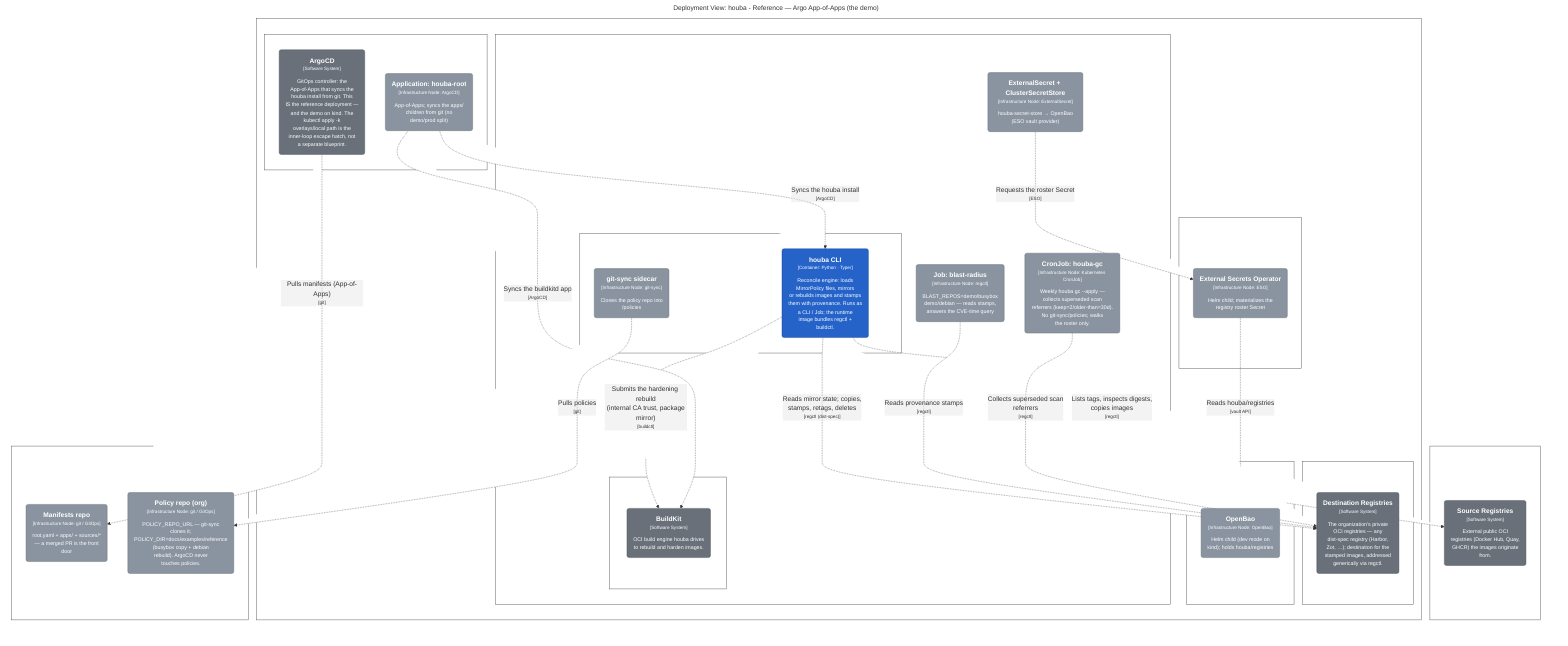
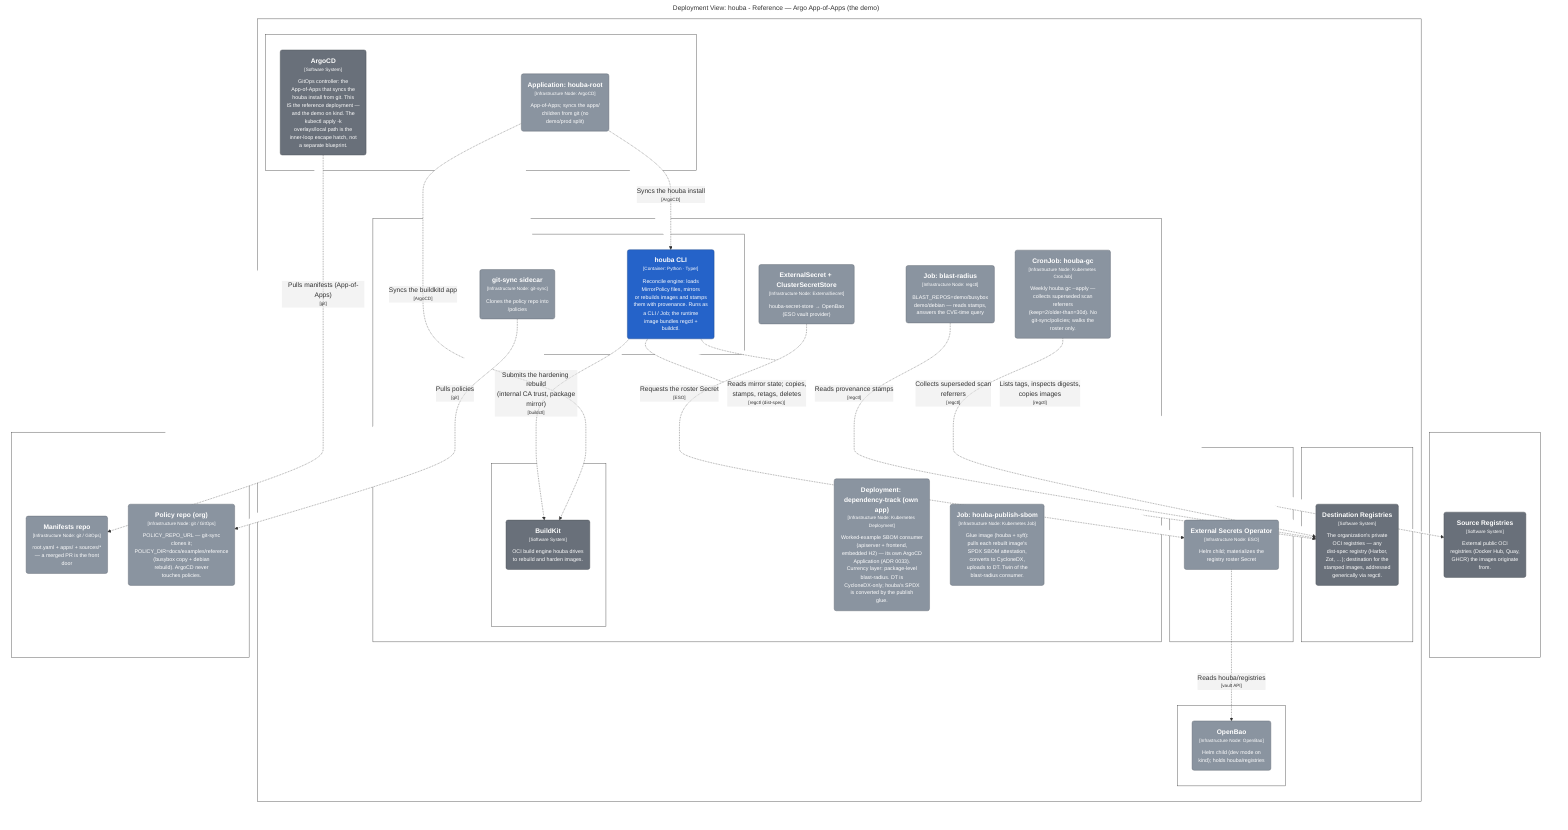
graph LR
  linkStyle default fill:#ffffff

  subgraph diagram ["Deployment View: houba - Reference — Argo App-of-Apps (the demo)"]
    style diagram fill:#ffffff,stroke:#ffffff

-     subgraph 149 ["Git host"]
-       style 149 fill:#ffffff,stroke:#444444,color:#ffffff
+     subgraph 162 ["Git host"]
+       style 162 fill:#ffffff,stroke:#444444,color:#ffffff

-       150("<div style='font-weight: bold'>Manifests repo</div><div style='font-size: 70%; margin-top: 0px'>[Infrastructure Node: git / GitOps]</div><div style='font-size: 80%; margin-top:10px'>root.yaml + apps/ + sources/*<br />— a merged PR is the front<br />door</div>")
-       style 150 fill:#8a94a0,stroke:#606770,color:#ffffff
-       151("<div style='font-weight: bold'>Policy repo (org)</div><div style='font-size: 70%; margin-top: 0px'>[Infrastructure Node: git / GitOps]</div><div style='font-size: 80%; margin-top:10px'>POLICY_REPO_URL — git-sync<br />clones it;<br />POLICY_DIR=docs/examples/reference<br />(busybox copy + debian<br />rebuild). ArgoCD never<br />touches policies.</div>")
-       style 151 fill:#8a94a0,stroke:#606770,color:#ffffff
+       163("<div style='font-weight: bold'>Manifests repo</div><div style='font-size: 70%; margin-top: 0px'>[Infrastructure Node: git / GitOps]</div><div style='font-size: 80%; margin-top:10px'>root.yaml + apps/ + sources/*<br />— a merged PR is the front<br />door</div>")
+       style 163 fill:#8a94a0,stroke:#606770,color:#ffffff
+       164("<div style='font-weight: bold'>Policy repo (org)</div><div style='font-size: 70%; margin-top: 0px'>[Infrastructure Node: git / GitOps]</div><div style='font-size: 80%; margin-top:10px'>POLICY_REPO_URL — git-sync<br />clones it;<br />POLICY_DIR=docs/examples/reference<br />(busybox copy + debian<br />rebuild). ArgoCD never<br />touches policies.</div>")
+       style 164 fill:#8a94a0,stroke:#606770,color:#ffffff
    end

-     subgraph 152 ["Kubernetes cluster"]
-       style 152 fill:#ffffff,stroke:#444444,color:#ffffff
+     subgraph 165 ["Kubernetes cluster"]
+       style 165 fill:#ffffff,stroke:#444444,color:#ffffff

-       subgraph 153 ["namespace: argocd"]
-         style 153 fill:#ffffff,stroke:#444444,color:#ffffff
+       subgraph 166 ["namespace: argocd"]
+         style 166 fill:#ffffff,stroke:#444444,color:#ffffff

-         154("<div style='font-weight: bold'>Application: houba-root</div><div style='font-size: 70%; margin-top: 0px'>[Infrastructure Node: ArgoCD]</div><div style='font-size: 80%; margin-top:10px'>App-of-Apps; syncs the apps/<br />children from git (no<br />demo/prod split)</div>")
-         style 154 fill:#8a94a0,stroke:#606770,color:#ffffff
-         155("<div style='font-weight: bold'>ArgoCD</div><div style='font-size: 70%; margin-top: 0px'>[Software System]</div><div style='font-size: 80%; margin-top:10px'>GitOps controller: the<br />App-of-Apps that syncs the<br />houba install from git. This<br />IS the reference deployment —<br />and the demo on kind. The<br />kubectl apply -k<br />overlays/local path is the<br />inner-loop escape hatch, not<br />a separate blueprint.</div>")
-         style 155 fill:#69707a,stroke:#494e55,color:#ffffff
+         167("<div style='font-weight: bold'>Application: houba-root</div><div style='font-size: 70%; margin-top: 0px'>[Infrastructure Node: ArgoCD]</div><div style='font-size: 80%; margin-top:10px'>App-of-Apps; syncs the apps/<br />children from git (no<br />demo/prod split)</div>")
+         style 167 fill:#8a94a0,stroke:#606770,color:#ffffff
+         168("<div style='font-weight: bold'>ArgoCD</div><div style='font-size: 70%; margin-top: 0px'>[Software System]</div><div style='font-size: 80%; margin-top:10px'>GitOps controller: the<br />App-of-Apps that syncs the<br />houba install from git. This<br />IS the reference deployment —<br />and the demo on kind. The<br />kubectl apply -k<br />overlays/local path is the<br />inner-loop escape hatch, not<br />a separate blueprint.</div>")
+         style 168 fill:#69707a,stroke:#494e55,color:#ffffff
      end

-       subgraph 156 ["namespace: houba"]
-         style 156 fill:#ffffff,stroke:#444444,color:#ffffff
+       subgraph 169 ["namespace: houba"]
+         style 169 fill:#ffffff,stroke:#444444,color:#ffffff

-         subgraph 157 ["CronJob: houba-reconcile"]
-           style 157 fill:#ffffff,stroke:#444444,color:#ffffff
+         subgraph 170 ["CronJob: houba-reconcile"]
+           style 170 fill:#ffffff,stroke:#444444,color:#ffffff

-           158("<div style='font-weight: bold'>houba CLI</div><div style='font-size: 70%; margin-top: 0px'>[Container: Python · Typer]</div><div style='font-size: 80%; margin-top:10px'>Reconcile engine: loads<br />MirrorPolicy files, mirrors<br />or rebuilds images and stamps<br />them with provenance. Runs as<br />a CLI / Job; the runtime<br />image bundles regctl +<br />buildctl.</div>")
-           style 158 fill:#2563c9,stroke:#19458c,color:#ffffff
-           159("<div style='font-weight: bold'>git-sync sidecar</div><div style='font-size: 70%; margin-top: 0px'>[Infrastructure Node: git-sync]</div><div style='font-size: 80%; margin-top:10px'>Clones the policy repo into<br />/policies</div>")
-           style 159 fill:#8a94a0,stroke:#606770,color:#ffffff
+           171("<div style='font-weight: bold'>houba CLI</div><div style='font-size: 70%; margin-top: 0px'>[Container: Python · Typer]</div><div style='font-size: 80%; margin-top:10px'>Reconcile engine: loads<br />MirrorPolicy files, mirrors<br />or rebuilds images and stamps<br />them with provenance. Runs as<br />a CLI / Job; the runtime<br />image bundles regctl +<br />buildctl.</div>")
+           style 171 fill:#2563c9,stroke:#19458c,color:#ffffff
+           172("<div style='font-weight: bold'>git-sync sidecar</div><div style='font-size: 70%; margin-top: 0px'>[Infrastructure Node: git-sync]</div><div style='font-size: 80%; margin-top:10px'>Clones the policy repo into<br />/policies</div>")
+           style 172 fill:#8a94a0,stroke:#606770,color:#ffffff
        end

-         subgraph 160 ["Deployment: buildkitd (own app)"]
-           style 160 fill:#ffffff,stroke:#444444,color:#ffffff
+         subgraph 173 ["Deployment: buildkitd (own app)"]
+           style 173 fill:#ffffff,stroke:#444444,color:#ffffff

-           161("<div style='font-weight: bold'>BuildKit</div><div style='font-size: 70%; margin-top: 0px'>[Software System]</div><div style='font-size: 80%; margin-top:10px'>OCI build engine houba drives<br />to rebuild and harden images.</div>")
-           style 161 fill:#69707a,stroke:#494e55,color:#ffffff
+           174("<div style='font-weight: bold'>BuildKit</div><div style='font-size: 70%; margin-top: 0px'>[Software System]</div><div style='font-size: 80%; margin-top:10px'>OCI build engine houba drives<br />to rebuild and harden images.</div>")
+           style 174 fill:#69707a,stroke:#494e55,color:#ffffff
        end

-         163("<div style='font-weight: bold'>ExternalSecret + ClusterSecretStore</div><div style='font-size: 70%; margin-top: 0px'>[Infrastructure Node: ExternalSecret]</div><div style='font-size: 80%; margin-top:10px'>houba-secret-store → OpenBao<br />(ESO vault provider)</div>")
-         style 163 fill:#8a94a0,stroke:#606770,color:#ffffff
-         164("<div style='font-weight: bold'>Job: blast-radius</div><div style='font-size: 70%; margin-top: 0px'>[Infrastructure Node: regctl]</div><div style='font-size: 80%; margin-top:10px'>BLAST_REPOS=demo/busybox<br />demo/debian — reads stamps,<br />answers the CVE-time query</div>")
-         style 164 fill:#8a94a0,stroke:#606770,color:#ffffff
-         171("<div style='font-weight: bold'>CronJob: houba-gc</div><div style='font-size: 70%; margin-top: 0px'>[Infrastructure Node: Kubernetes CronJob]</div><div style='font-size: 80%; margin-top:10px'>Weekly houba gc --apply —<br />collects superseded scan<br />referrers (keep=2/older-than=30d).<br />No git-sync/policies; walks<br />the roster only.</div>")
-         style 171 fill:#8a94a0,stroke:#606770,color:#ffffff
+         176("<div style='font-weight: bold'>ExternalSecret + ClusterSecretStore</div><div style='font-size: 70%; margin-top: 0px'>[Infrastructure Node: ExternalSecret]</div><div style='font-size: 80%; margin-top:10px'>houba-secret-store → OpenBao<br />(ESO vault provider)</div>")
+         style 176 fill:#8a94a0,stroke:#606770,color:#ffffff
+         177("<div style='font-weight: bold'>Job: blast-radius</div><div style='font-size: 70%; margin-top: 0px'>[Infrastructure Node: regctl]</div><div style='font-size: 80%; margin-top:10px'>BLAST_REPOS=demo/busybox<br />demo/debian — reads stamps,<br />answers the CVE-time query</div>")
+         style 177 fill:#8a94a0,stroke:#606770,color:#ffffff
+         178("<div style='font-weight: bold'>CronJob: houba-gc</div><div style='font-size: 70%; margin-top: 0px'>[Infrastructure Node: Kubernetes CronJob]</div><div style='font-size: 80%; margin-top:10px'>Weekly houba gc --apply —<br />collects superseded scan<br />referrers<br />(keep=2/older-than=30d). No<br />git-sync/policies; walks the<br />roster only.</div>")
+         style 178 fill:#8a94a0,stroke:#606770,color:#ffffff
+         179("<div style='font-weight: bold'>Deployment: dependency-track (own app)</div><div style='font-size: 70%; margin-top: 0px'>[Infrastructure Node: Kubernetes Deployment]</div><div style='font-size: 80%; margin-top:10px'>Worked-example SBOM consumer<br />(apiserver + frontend,<br />embedded H2) — its own ArgoCD<br />Application (ADR 0033).<br />Currency layer: package-level<br />blast-radius. DT is<br />CycloneDX-only; houba's SPDX<br />is converted by the publish<br />glue.</div>")
+         style 179 fill:#8a94a0,stroke:#606770,color:#ffffff
+         180("<div style='font-weight: bold'>Job: houba-publish-sbom</div><div style='font-size: 70%; margin-top: 0px'>[Infrastructure Node: Kubernetes Job]</div><div style='font-size: 80%; margin-top:10px'>Glue image (houba + syft):<br />pulls each rebuilt image's<br />SPDX SBOM attestation,<br />converts to CycloneDX,<br />uploads to DT. Twin of the<br />blast-radius consumer.</div>")
+         style 180 fill:#8a94a0,stroke:#606770,color:#ffffff
      end

-       subgraph 165 ["namespace: external-secrets"]
-         style 165 fill:#ffffff,stroke:#444444,color:#ffffff
+       subgraph 181 ["namespace: external-secrets"]
+         style 181 fill:#ffffff,stroke:#444444,color:#ffffff

-         166("<div style='font-weight: bold'>External Secrets Operator</div><div style='font-size: 70%; margin-top: 0px'>[Infrastructure Node: ESO]</div><div style='font-size: 80%; margin-top:10px'>Helm child; materializes the<br />registry roster Secret</div>")
-         style 166 fill:#8a94a0,stroke:#606770,color:#ffffff
+         182("<div style='font-weight: bold'>External Secrets Operator</div><div style='font-size: 70%; margin-top: 0px'>[Infrastructure Node: ESO]</div><div style='font-size: 80%; margin-top:10px'>Helm child; materializes the<br />registry roster Secret</div>")
+         style 182 fill:#8a94a0,stroke:#606770,color:#ffffff
      end

-       subgraph 167 ["namespace: openbao"]
-         style 167 fill:#ffffff,stroke:#444444,color:#ffffff
+       subgraph 183 ["namespace: openbao"]
+         style 183 fill:#ffffff,stroke:#444444,color:#ffffff

-         168("<div style='font-weight: bold'>OpenBao</div><div style='font-size: 70%; margin-top: 0px'>[Infrastructure Node: OpenBao]</div><div style='font-size: 80%; margin-top:10px'>Helm child (dev mode on<br />kind); holds houba/registries</div>")
-         style 168 fill:#8a94a0,stroke:#606770,color:#ffffff
+         184("<div style='font-weight: bold'>OpenBao</div><div style='font-size: 70%; margin-top: 0px'>[Infrastructure Node: OpenBao]</div><div style='font-size: 80%; margin-top:10px'>Helm child (dev mode on<br />kind); holds houba/registries</div>")
+         style 184 fill:#8a94a0,stroke:#606770,color:#ffffff
      end

-       subgraph 169 ["namespace: registry"]
-         style 169 fill:#ffffff,stroke:#444444,color:#ffffff
+       subgraph 185 ["namespace: registry"]
+         style 185 fill:#ffffff,stroke:#444444,color:#ffffff

-         170("<div style='font-weight: bold'>Destination Registries</div><div style='font-size: 70%; margin-top: 0px'>[Software System]</div><div style='font-size: 80%; margin-top:10px'>The organization's private<br />OCI registries — any<br />dist-spec registry (Harbor,<br />Zot, …); destination for the<br />stamped images, addressed<br />generically via regctl.</div>")
-         style 170 fill:#69707a,stroke:#494e55,color:#ffffff
+         186("<div style='font-weight: bold'>Destination Registries</div><div style='font-size: 70%; margin-top: 0px'>[Software System]</div><div style='font-size: 80%; margin-top:10px'>The organization's private<br />OCI registries — any<br />dist-spec registry (Harbor,<br />Zot, …); destination for the<br />stamped images, addressed<br />generically via regctl.</div>")
+         style 186 fill:#69707a,stroke:#494e55,color:#ffffff
      end

    end

-     subgraph 172 ["Internet / org network"]
-       style 172 fill:#ffffff,stroke:#444444,color:#ffffff
+     subgraph 188 ["Internet / org network"]
+       style 188 fill:#ffffff,stroke:#444444,color:#ffffff

-       173("<div style='font-weight: bold'>Source Registries</div><div style='font-size: 70%; margin-top: 0px'>[Software System]</div><div style='font-size: 80%; margin-top:10px'>External public OCI<br />registries (Docker Hub, Quay,<br />GHCR) the images originate<br />from.</div>")
-       style 173 fill:#69707a,stroke:#494e55,color:#ffffff
+       189("<div style='font-weight: bold'>Source Registries</div><div style='font-size: 70%; margin-top: 0px'>[Software System]</div><div style='font-size: 80%; margin-top:10px'>External public OCI<br />registries (Docker Hub, Quay,<br />GHCR) the images originate<br />from.</div>")
+       style 189 fill:#69707a,stroke:#494e55,color:#ffffff
    end

-     158-. "<div>Submits the hardening rebuild<br />(internal CA trust, package<br />mirror)</div><div style='font-size: 70%'>[buildctl]</div>" .->161
-     158-. "<div>Reads mirror state; copies,<br />stamps, retags, deletes</div><div style='font-size: 70%'>[regctl (dist-spec)]</div>" .->170
-     158-. "<div>Lists tags, inspects digests,<br />copies images</div><div style='font-size: 70%'>[regctl]</div>" .->173
-     155-. "<div>Pulls manifests (App-of-Apps)</div><div style='font-size: 70%'>[git]</div>" .->150
-     154-. "<div>Syncs the houba install</div><div style='font-size: 70%'>[ArgoCD]</div>" .->158
-     154-. "<div>Syncs the buildkitd app</div><div style='font-size: 70%'>[ArgoCD]</div>" .->161
-     166-. "<div>Reads houba/registries</div><div style='font-size: 70%'>[vault API]</div>" .->168
-     163-. "<div>Requests the roster Secret</div><div style='font-size: 70%'>[ESO]</div>" .->166
-     159-. "<div>Pulls policies</div><div style='font-size: 70%'>[git]</div>" .->151
-     164-. "<div>Reads provenance stamps</div><div style='font-size: 70%'>[regctl]</div>" .->170
-     171-. "<div>Collects superseded scan<br />referrers</div><div style='font-size: 70%'>[regctl]</div>" .->170
+     171-. "<div>Submits the hardening rebuild<br />(internal CA trust, package<br />mirror)</div><div style='font-size: 70%'>[buildctl]</div>" .->174
+     171-. "<div>Reads mirror state; copies,<br />stamps, retags, deletes</div><div style='font-size: 70%'>[regctl (dist-spec)]</div>" .->186
+     171-. "<div>Lists tags, inspects digests,<br />copies images</div><div style='font-size: 70%'>[regctl]</div>" .->189
+     168-. "<div>Pulls manifests (App-of-Apps)</div><div style='font-size: 70%'>[git]</div>" .->163
+     167-. "<div>Syncs the houba install</div><div style='font-size: 70%'>[ArgoCD]</div>" .->171
+     167-. "<div>Syncs the buildkitd app</div><div style='font-size: 70%'>[ArgoCD]</div>" .->174
+     182-. "<div>Reads houba/registries</div><div style='font-size: 70%'>[vault API]</div>" .->184
+     176-. "<div>Requests the roster Secret</div><div style='font-size: 70%'>[ESO]</div>" .->182
+     172-. "<div>Pulls policies</div><div style='font-size: 70%'>[git]</div>" .->164
+     177-. "<div>Reads provenance stamps</div><div style='font-size: 70%'>[regctl]</div>" .->186
+     178-. "<div>Collects superseded scan<br />referrers</div><div style='font-size: 70%'>[regctl]</div>" .->186

  end